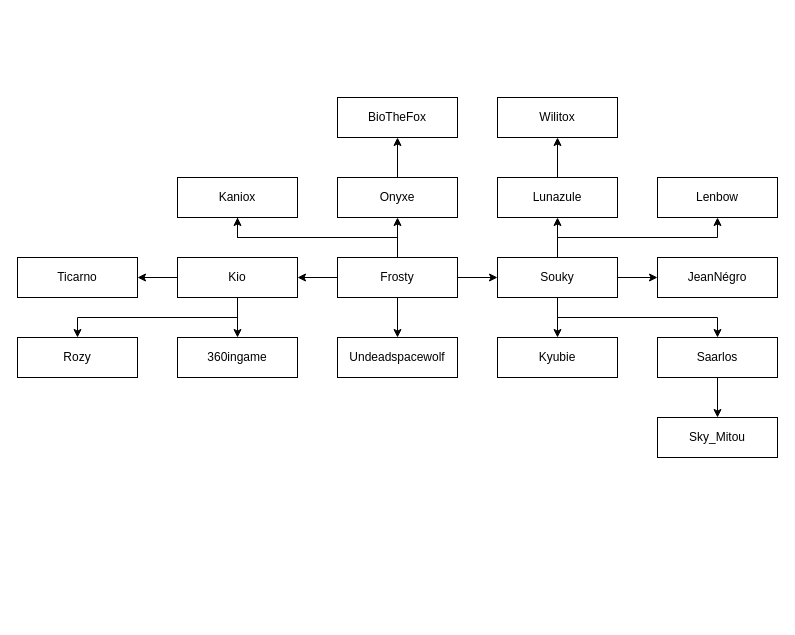
NicoTheDoggy/myvrcfriends keeps this draw.io diagram as vrchat friends.drawio. Above is the earlier version. Source tidied: cells renumbered, new cells numbered last; positions are measured from the earlier drawing's top-left corner, leaving out a move shared by most shapes. Both pictures are drawn from the tidied source at 100%, with x=0, y=0 at pixel (17, 97).
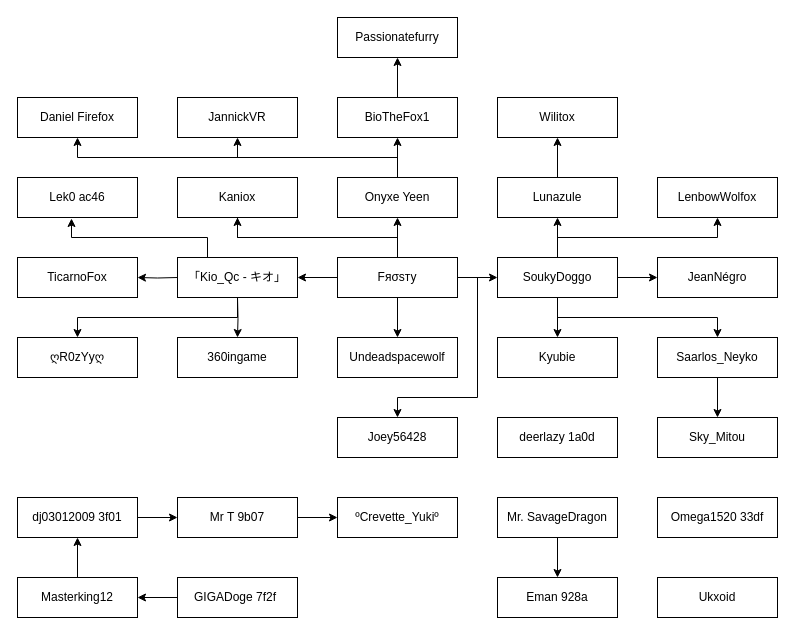
Above is the later version.

Commit message:
Mettre à jour vrchat friends.drawio

The change refers to these unchanged cells:
```xml
<mxCell id="33" value="360ingame" style="rounded=0;whiteSpace=wrap;html=1;" parent="1" vertex="1">
  <mxGeometry x="160" y="240" width="120" height="40" as="geometry" />
</mxCell>
```

The edit, as a diff of the source:
```diff
@@
-    <mxCell id="2" style="edgeStyle=orthogonalEdgeStyle;rounded=0;jettySize=auto;html=1;exitX=0;exitY=0.5;exitDx=0;exitDy=0;entryX=1;entryY=0.5;entryDx=0;entryDy=0;" parent="1" edge="1" source="7" target="20">
+    <mxCell id="2" style="edgeStyle=orthogonalEdgeStyle;rounded=0;jettySize=auto;html=1;exitX=0;exitY=0.5;exitDx=0;exitDy=0;entryX=1;entryY=0.5;entryDx=0;entryDy=0;" parent="1" edge="1" source="7" target="61">
       <mxGeometry relative="1" as="geometry" />
     </mxCell>
@@
+    <mxCell id="36" style="edgeStyle=orthogonalEdgeStyle;rounded=0;jettySize=auto;html=1;exitX=1;exitY=0.5;exitDx=0;exitDy=0;entryX=0.5;entryY=0;entryDx=0;entryDy=0;" parent="1" edge="1" source="7" target="40">
+      <mxGeometry relative="1" as="geometry">
+        <Array as="points">
+          <mxPoint x="460" y="180" />
+          <mxPoint x="460" y="300" />
+          <mxPoint x="380" y="300" />
+        </Array>
+      </mxGeometry>
+    </mxCell>
-    <mxCell id="7" value="Frosty" style="rounded=0;whiteSpace=wrap;html=1;" parent="1" vertex="1">
+    <mxCell id="7" value="Fяσѕту" style="rounded=0;whiteSpace=wrap;html=1;" parent="1" vertex="1">
       <mxGeometry x="320" y="160" width="120" height="40" as="geometry" />
     </mxCell>
@@
-    <mxCell id="15" value="Souky" style="rounded=0;whiteSpace=wrap;html=1;" parent="1" vertex="1">
+    <mxCell id="15" value="SoukyDoggo" style="rounded=0;whiteSpace=wrap;html=1;" parent="1" vertex="1">
       <mxGeometry x="480" y="160" width="120" height="40" as="geometry" />
     </mxCell>
@@
-    <mxCell id="17" style="edgeStyle=orthogonalEdgeStyle;rounded=0;jettySize=auto;html=1;exitX=0;exitY=0.5;exitDx=0;exitDy=0;entryX=1;entryY=0.5;entryDx=0;entryDy=0;" parent="1" edge="1" source="20" target="24">
-      <mxGeometry relative="1" as="geometry" />
+    <mxCell id="17" style="edgeStyle=orthogonalEdgeStyle;rounded=0;jettySize=auto;html=1;exitX=0;exitY=0.5;exitDx=0;exitDy=0;entryX=1;entryY=0.5;entryDx=0;entryDy=0;" parent="1" edge="1" target="24">
+      <mxGeometry relative="1" as="geometry">
+        <mxPoint x="160" y="180" as="sourcePoint" />
+      </mxGeometry>
     </mxCell>
-    <mxCell id="18" style="edgeStyle=orthogonalEdgeStyle;rounded=0;jettySize=auto;html=1;exitX=0.5;exitY=1;exitDx=0;exitDy=0;entryX=0.5;entryY=0;entryDx=0;entryDy=0;" parent="1" edge="1" source="20" target="33">
-      <mxGeometry relative="1" as="geometry" />
+    <mxCell id="18" style="edgeStyle=orthogonalEdgeStyle;rounded=0;jettySize=auto;html=1;exitX=0.5;exitY=1;exitDx=0;exitDy=0;entryX=0.5;entryY=0;entryDx=0;entryDy=0;" parent="1" edge="1" target="33">
+      <mxGeometry relative="1" as="geometry">
+        <mxPoint x="220" y="200" as="sourcePoint" />
+      </mxGeometry>
     </mxCell>
-    <mxCell id="19" style="edgeStyle=orthogonalEdgeStyle;rounded=0;jettySize=auto;html=1;exitX=0.5;exitY=1;exitDx=0;exitDy=0;entryX=0.5;entryY=0;entryDx=0;entryDy=0;" parent="1" edge="1" source="20" target="34">
-      <mxGeometry relative="1" as="geometry" />
-    </mxCell>
-    <mxCell id="20" value="Kio" style="rounded=0;whiteSpace=wrap;html=1;" parent="1" vertex="1">
-      <mxGeometry x="160" y="160" width="120" height="40" as="geometry" />
-    </mxCell>
@@
+    <mxCell id="37" style="edgeStyle=orthogonalEdgeStyle;rounded=0;jettySize=auto;html=1;exitX=0.5;exitY=0;exitDx=0;exitDy=0;entryX=0.5;entryY=1;entryDx=0;entryDy=0;" parent="1" edge="1" source="23" target="43">
+      <mxGeometry relative="1" as="geometry" />
+    </mxCell>
+    <mxCell id="38" style="edgeStyle=orthogonalEdgeStyle;rounded=0;jettySize=auto;html=1;exitX=0.5;exitY=0;exitDx=0;exitDy=0;entryX=0.5;entryY=1;entryDx=0;entryDy=0;" parent="1" edge="1" source="23" target="44">
+      <mxGeometry relative="1" as="geometry" />
+    </mxCell>
-    <mxCell id="23" value="Onyxe" style="rounded=0;whiteSpace=wrap;html=1;" parent="1" vertex="1">
+    <mxCell id="23" value="Onyxe Yeen" style="rounded=0;whiteSpace=wrap;html=1;" parent="1" vertex="1">
       <mxGeometry x="320" y="80" width="120" height="40" as="geometry" />
     </mxCell>
-    <mxCell id="24" value="Ticarno" style="rounded=0;whiteSpace=wrap;html=1;" parent="1" vertex="1">
+    <mxCell id="24" value="TicarnoFox" style="rounded=0;whiteSpace=wrap;html=1;" parent="1" vertex="1">
       <mxGeometry y="160" width="120" height="40" as="geometry" />
     </mxCell>
@@
+    <mxCell id="39" style="edgeStyle=orthogonalEdgeStyle;rounded=0;jettySize=auto;html=1;exitX=0.5;exitY=0;exitDx=0;exitDy=0;entryX=0.5;entryY=1;entryDx=0;entryDy=0;" parent="1" edge="1" source="26" target="57">
+      <mxGeometry relative="1" as="geometry" />
+    </mxCell>
-    <mxCell id="26" value="BioTheFox" style="rounded=0;whiteSpace=wrap;html=1;" parent="1" vertex="1">
+    <mxCell id="26" value="BioTheFox1" style="rounded=0;whiteSpace=wrap;html=1;" parent="1" vertex="1">
       <mxGeometry x="320" width="120" height="40" as="geometry" />
     </mxCell>
@@
-    <mxCell id="28" value="Saarlos" style="rounded=0;whiteSpace=wrap;html=1;" parent="1" vertex="1">
+    <mxCell id="28" value="Saarlos_Neyko" style="rounded=0;whiteSpace=wrap;html=1;" parent="1" vertex="1">
       <mxGeometry x="640" y="240" width="120" height="40" as="geometry" />
     </mxCell>
@@
-    <mxCell id="34" value="Rozy" style="rounded=0;whiteSpace=wrap;html=1;" parent="1" vertex="1">
+    <mxCell id="34" value="ღR0zYyღ" style="rounded=0;whiteSpace=wrap;html=1;" parent="1" vertex="1">
       <mxGeometry y="240" width="120" height="40" as="geometry" />
     </mxCell>
-    <mxCell id="35" value="Lenbow" style="rounded=0;whiteSpace=wrap;html=1;" parent="1" vertex="1">
+    <mxCell id="35" value="LenbowWolfox" style="rounded=0;whiteSpace=wrap;html=1;" parent="1" vertex="1">
       <mxGeometry x="640" y="80" width="120" height="40" as="geometry" />
     </mxCell>
+    <mxCell id="40" value="Joey56428" style="rounded=0;whiteSpace=wrap;html=1;" parent="1" vertex="1">
+      <mxGeometry x="320" y="320" width="120" height="40" as="geometry" />
+    </mxCell>
+    <mxCell id="41" style="edgeStyle=orthogonalEdgeStyle;rounded=0;jettySize=auto;html=1;exitX=0.5;exitY=1;exitDx=0;exitDy=0;entryX=0.5;entryY=0;entryDx=0;entryDy=0;" parent="1" edge="1" source="42" target="45">
+      <mxGeometry relative="1" as="geometry" />
+    </mxCell>
+    <mxCell id="42" value="Mr. SavageDragon" style="rounded=0;whiteSpace=wrap;html=1;" parent="1" vertex="1">
+      <mxGeometry x="480" y="400" width="120" height="40" as="geometry" />
+    </mxCell>
+    <mxCell id="43" value="JannickVR" style="rounded=0;whiteSpace=wrap;html=1;" parent="1" vertex="1">
+      <mxGeometry x="160" width="120" height="40" as="geometry" />
+    </mxCell>
+    <mxCell id="44" value="Daniel Firefox" style="rounded=0;whiteSpace=wrap;html=1;" parent="1" vertex="1">
+      <mxGeometry width="120" height="40" as="geometry" />
+    </mxCell>
+    <mxCell id="45" value="Eman 928a" style="rounded=0;whiteSpace=wrap;html=1;" parent="1" vertex="1">
+      <mxGeometry x="480" y="480" width="120" height="40" as="geometry" />
+    </mxCell>
+    <mxCell id="46" value="Lek0 ac46" style="rounded=0;whiteSpace=wrap;html=1;" parent="1" vertex="1">
+      <mxGeometry y="80" width="120" height="40" as="geometry" />
+    </mxCell>
+    <mxCell id="47" style="edgeStyle=orthogonalEdgeStyle;rounded=0;jettySize=auto;html=1;exitX=1;exitY=0.5;exitDx=0;exitDy=0;entryX=0;entryY=0.5;entryDx=0;entryDy=0;" parent="1" edge="1" source="48" target="58">
+      <mxGeometry relative="1" as="geometry" />
+    </mxCell>
+    <mxCell id="48" value="Mr T 9b07" style="rounded=0;whiteSpace=wrap;html=1;" parent="1" vertex="1">
+      <mxGeometry x="160" y="400" width="120" height="40" as="geometry" />
+    </mxCell>
+    <mxCell id="49" style="edgeStyle=orthogonalEdgeStyle;rounded=0;jettySize=auto;html=1;exitX=1;exitY=0.5;exitDx=0;exitDy=0;entryX=0;entryY=0.5;entryDx=0;entryDy=0;" parent="1" edge="1" source="50" target="48">
+      <mxGeometry relative="1" as="geometry" />
+    </mxCell>
+    <mxCell id="50" value="dj03012009 3f01" style="rounded=0;whiteSpace=wrap;html=1;" parent="1" vertex="1">
+      <mxGeometry y="400" width="120" height="40" as="geometry" />
+    </mxCell>
+    <mxCell id="51" style="edgeStyle=orthogonalEdgeStyle;rounded=0;jettySize=auto;html=1;" parent="1" edge="1" source="52" target="54">
+      <mxGeometry relative="1" as="geometry" />
+    </mxCell>
+    <mxCell id="52" value="&lt;div style=&quot;display: flex;&quot;&gt;&lt;div style=&quot;flex: 1 1 0%; display: flex; align-items: center; margin-left: 15px;&quot;&gt;&lt;div style=&quot;flex: 1 1 0%;&quot;&gt;&lt;div&gt;GIGADoge 7f2f&lt;/div&gt;&lt;/div&gt;&lt;/div&gt;&lt;/div&gt;" style="rounded=0;whiteSpace=wrap;html=1;align=left;" parent="1" vertex="1">
+      <mxGeometry x="160" y="480" width="120" height="40" as="geometry" />
+    </mxCell>
+    <mxCell id="53" style="edgeStyle=orthogonalEdgeStyle;rounded=0;jettySize=auto;html=1;exitX=0.5;exitY=0;exitDx=0;exitDy=0;entryX=0.5;entryY=1;entryDx=0;entryDy=0;" parent="1" edge="1" source="54" target="50">
+      <mxGeometry relative="1" as="geometry" />
+    </mxCell>
+    <mxCell id="54" value="Masterking12" style="rounded=0;whiteSpace=wrap;html=1;" parent="1" vertex="1">
+      <mxGeometry y="480" width="120" height="40" as="geometry" />
+    </mxCell>
+    <mxCell id="55" value="Ukxoid" style="rounded=0;whiteSpace=wrap;html=1;" parent="1" vertex="1">
+      <mxGeometry x="640" y="480" width="120" height="40" as="geometry" />
+    </mxCell>
+    <mxCell id="56" value="Omega1520 33df" style="rounded=0;whiteSpace=wrap;html=1;" parent="1" vertex="1">
+      <mxGeometry x="640" y="400" width="120" height="40" as="geometry" />
+    </mxCell>
+    <mxCell id="57" value="Passionatefurry" style="rounded=0;whiteSpace=wrap;html=1;" parent="1" vertex="1">
+      <mxGeometry x="320" y="-80" width="120" height="40" as="geometry" />
+    </mxCell>
+    <mxCell id="58" value="ºCrevette_Yukiº" style="rounded=0;whiteSpace=wrap;html=1;" parent="1" vertex="1">
+      <mxGeometry x="320" y="400" width="120" height="40" as="geometry" />
+    </mxCell>
+    <mxCell id="59" value="deerlazy 1a0d" style="rounded=0;whiteSpace=wrap;html=1;" parent="1" vertex="1">
+      <mxGeometry x="480" y="320" width="120" height="40" as="geometry" />
+    </mxCell>
+    <mxCell id="60" style="edgeStyle=orthogonalEdgeStyle;rounded=0;jettySize=auto;html=1;exitX=0.5;exitY=1;exitDx=0;exitDy=0;entryX=0.5;entryY=0;entryDx=0;entryDy=0;" parent="1" edge="1" source="61" target="34">
+      <mxGeometry relative="1" as="geometry" />
+    </mxCell>
+    <mxCell id="61" value="「Kio_Qc - キオ」" style="rounded=0;whiteSpace=wrap;html=1;" parent="1" vertex="1">
+      <mxGeometry x="160" y="160" width="120" height="40" as="geometry" />
+    </mxCell>
+    <mxCell id="62" style="edgeStyle=orthogonalEdgeStyle;rounded=0;jettySize=auto;html=1;exitX=0.25;exitY=0;exitDx=0;exitDy=0;entryX=0.45;entryY=1.025;entryDx=0;entryDy=0;entryPerimeter=0;" parent="1" edge="1" source="61" target="46">
+      <mxGeometry relative="1" as="geometry" />
+    </mxCell>
```
